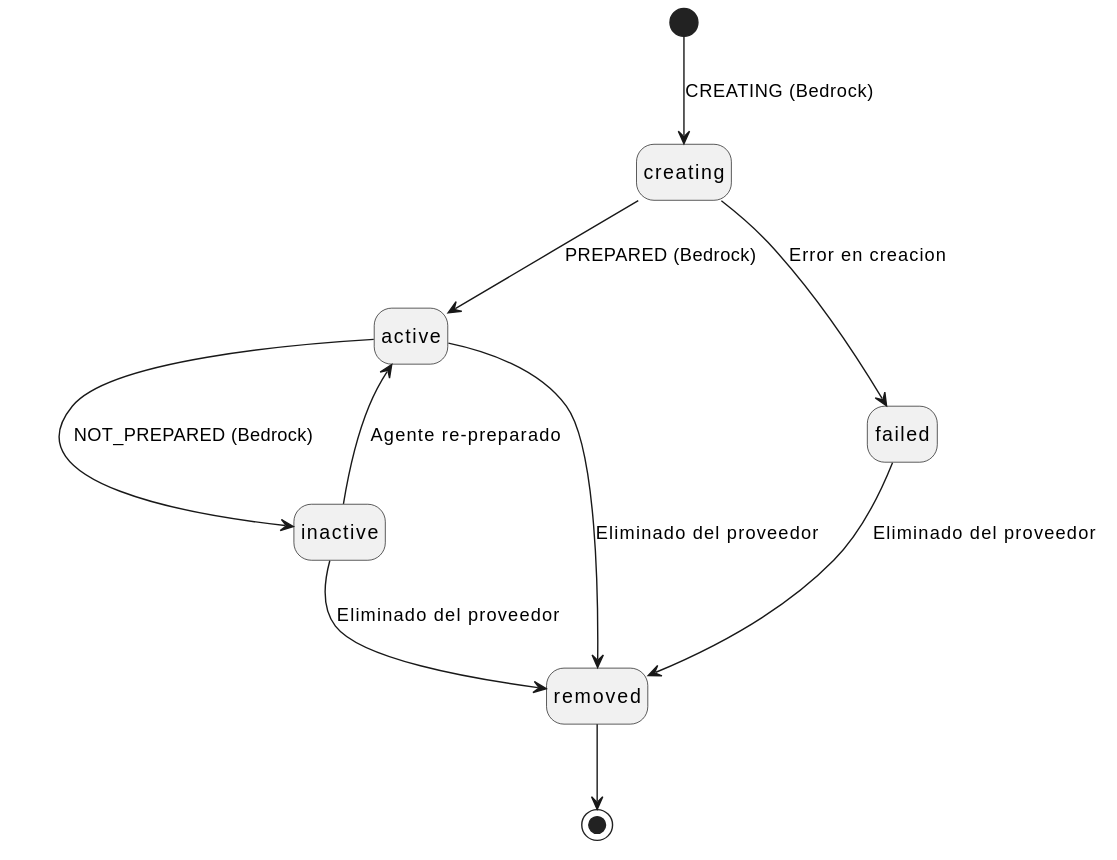
Earlier version of the PlantUML export Capítulos/Capítulo 2/MdD/DiagramasEstado/AgenteBedrock/AgenteBedrock.svg (JoseSalceda/TFG).
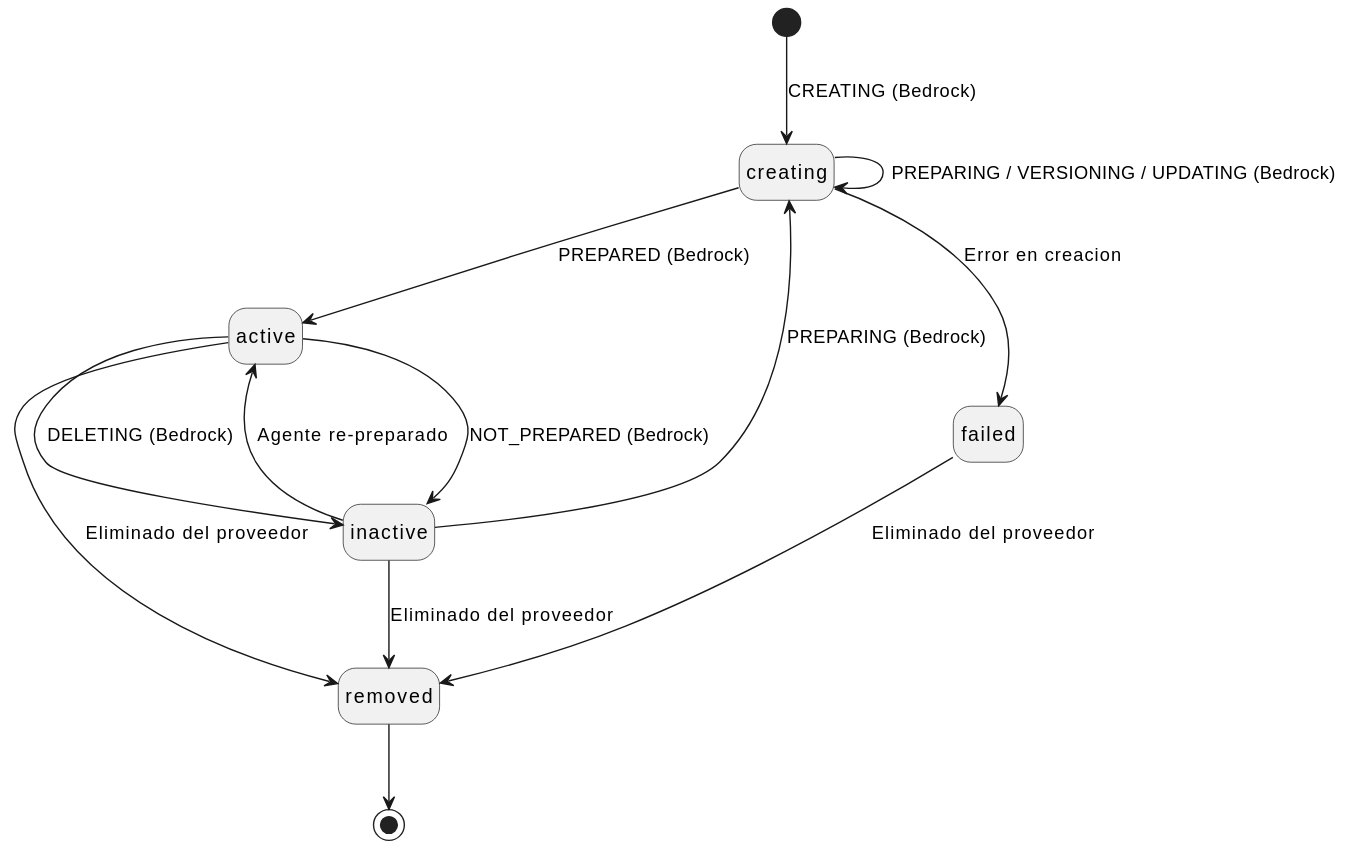
Later version of the same file.

What changed in the source:
```diff
@@ -3,12 +3,15 @@
 
 [*] --> creating : CREATING (Bedrock)
 
+creating --> creating : PREPARING / VERSIONING / UPDATING (Bedrock)
 creating --> active : PREPARED (Bedrock)
 creating --> failed : Error en creacion
 
 active --> inactive : NOT_PREPARED (Bedrock)
 inactive --> active : Agente re-preparado
+inactive --> creating : PREPARING (Bedrock)
 
+active --> inactive : DELETING (Bedrock)
 active --> removed : Eliminado del proveedor
 inactive --> removed : Eliminado del proveedor
 failed --> removed : Eliminado del proveedor
```
